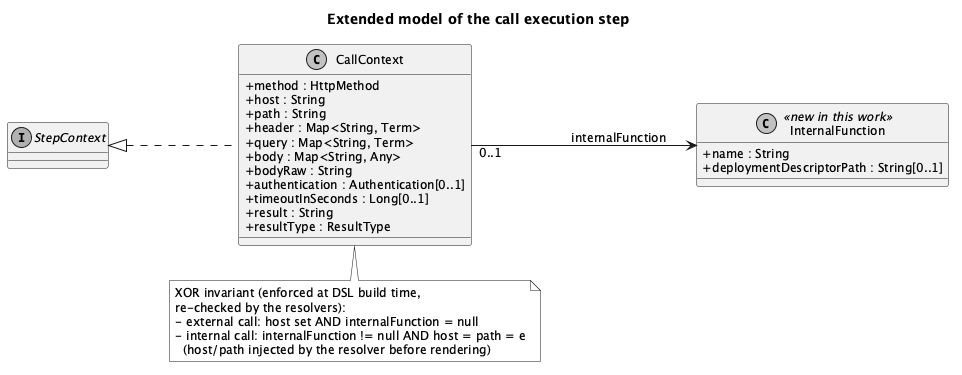
Earlier version of the PlantUML export dissertation/images/dsl-extension/call-step-model.png (EngenheiroPedroCarvalho/ISEL-Thesis-2526).
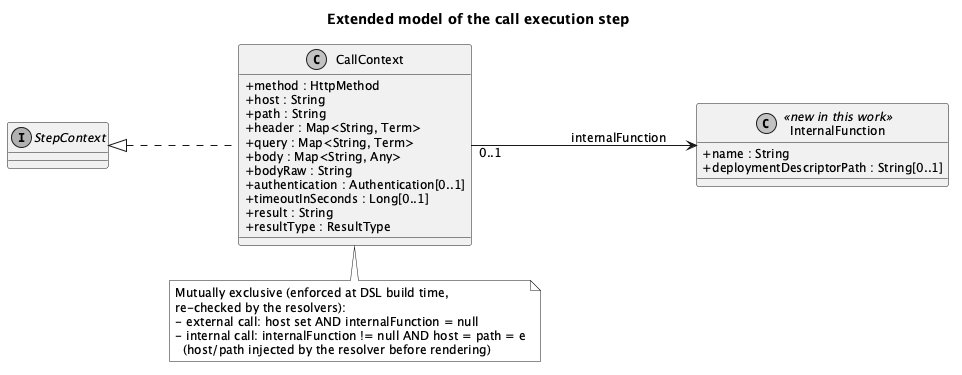
After the commit.

Commit message:
Say the rule instead of naming it "XOR invariant"

Diff of the diagram source:
```diff
@@ -31,7 +31,7 @@
 CallContext "0..1" --> InternalFunction : internalFunction
 
 note bottom of CallContext
-  XOR invariant (enforced at DSL build time,
+  Mutually exclusive (enforced at DSL build time,
   re-checked by the resolvers):
   - external call: host set AND internalFunction = null
   - internal call: internalFunction != null AND host = path = e
```
